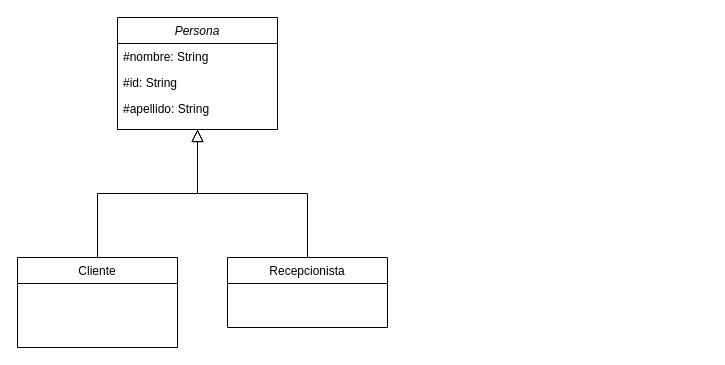
Before: Diagrama sin título.drawio in JJOC3S/TallerGrupoPIS, a draw.io diagram. Source tidied: cells renumbered, new cells numbered last; positions are measured from the earlier drawing's top-left corner, leaving out a move shared by most shapes. Both pictures are drawn from the tidied source at 100%, with x=0, y=0 at pixel (17, 17).
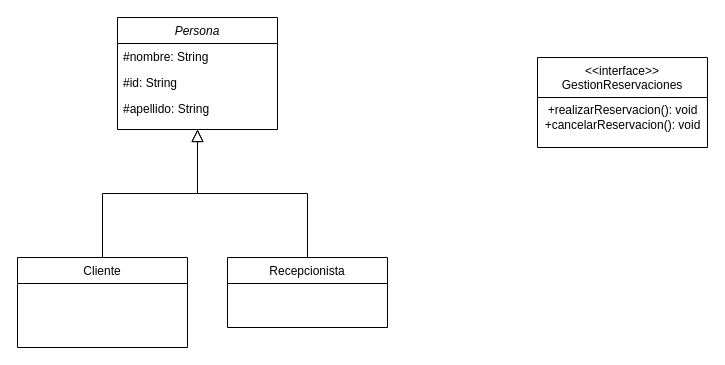
The same page after the edit.

Diff of the diagram source:
```diff
@@
 <mxGraphModel>
   <root>
     <mxCell id="0" />
     <mxCell id="1" parent="0" />
     <mxCell id="2" value="Persona" style="swimlane;fontStyle=2;align=center;verticalAlign=top;horizontal=1;startSize=26;rounded=0;shadow=0;strokeWidth=1;" parent="1" vertex="1">
       <mxGeometry x="100" width="160" height="112" as="geometry" />
     </mxCell>
     <mxCell id="3" value="#nombre: String" style="text;align=left;verticalAlign=top;spacingLeft=4;spacingRight=4;overflow=hidden;" parent="2" vertex="1">
       <mxGeometry y="26" width="160" height="26" as="geometry" />
     </mxCell>
     <mxCell id="4" value="#id: String" style="text;align=left;verticalAlign=top;spacingLeft=4;spacingRight=4;overflow=hidden;rounded=0;shadow=0;html=0;" parent="2" vertex="1">
       <mxGeometry y="52" width="160" height="26" as="geometry" />
     </mxCell>
     <mxCell id="5" value="#apellido: String" style="text;align=left;verticalAlign=top;spacingLeft=4;spacingRight=4;overflow=hidden;rounded=0;shadow=0;html=0;" parent="2" vertex="1">
       <mxGeometry y="78" width="160" height="26" as="geometry" />
     </mxCell>
     <mxCell id="6" value="Cliente" style="swimlane;fontStyle=0;align=center;verticalAlign=top;horizontal=1;startSize=26;rounded=0;shadow=0;strokeWidth=1;" parent="1" vertex="1">
-      <mxGeometry y="240" width="160" height="90" as="geometry" />
+      <mxGeometry y="240" width="170" height="90" as="geometry" />
     </mxCell>
     <mxCell id="7" style="endArrow=block;endSize=10;endFill=0;shadow=0;strokeWidth=1;rounded=0;curved=0;edgeStyle=elbowEdgeStyle;elbow=vertical;" parent="1" edge="1" source="6" target="2">
       <mxGeometry relative="1" as="geometry" />
     </mxCell>
     <mxCell id="8" value="Recepcionista" style="swimlane;fontStyle=0;align=center;verticalAlign=top;horizontal=1;startSize=26;rounded=0;shadow=0;strokeWidth=1;" parent="1" vertex="1">
       <mxGeometry x="210" y="240" width="160" height="70" as="geometry" />
     </mxCell>
     <mxCell id="9" style="endArrow=block;endSize=10;endFill=0;shadow=0;strokeWidth=1;rounded=0;curved=0;edgeStyle=elbowEdgeStyle;elbow=vertical;" parent="1" edge="1" source="8" target="2">
       <mxGeometry relative="1" as="geometry" />
     </mxCell>
+    <mxCell id="10" value="&lt;&lt;interface&gt;&gt;&#10;GestionReservaciones" style="swimlane;fontStyle=0;align=center;verticalAlign=top;horizontal=1;startSize=40;rounded=0;shadow=0;strokeWidth=1;" parent="1" vertex="1">
+      <mxGeometry x="520" y="40" width="170" height="90" as="geometry" />
+    </mxCell>
+    <mxCell id="11" value="+realizarReservacion(): void&lt;div&gt;+cancelarReservacion(): void&lt;/div&gt;" style="text;html=1;align=center;verticalAlign=middle;strokeColor=none;fillColor=none;" parent="10" vertex="1">
+      <mxGeometry y="40" width="170" height="40" as="geometry" />
+    </mxCell>
   </root>
 </mxGraphModel>
```
